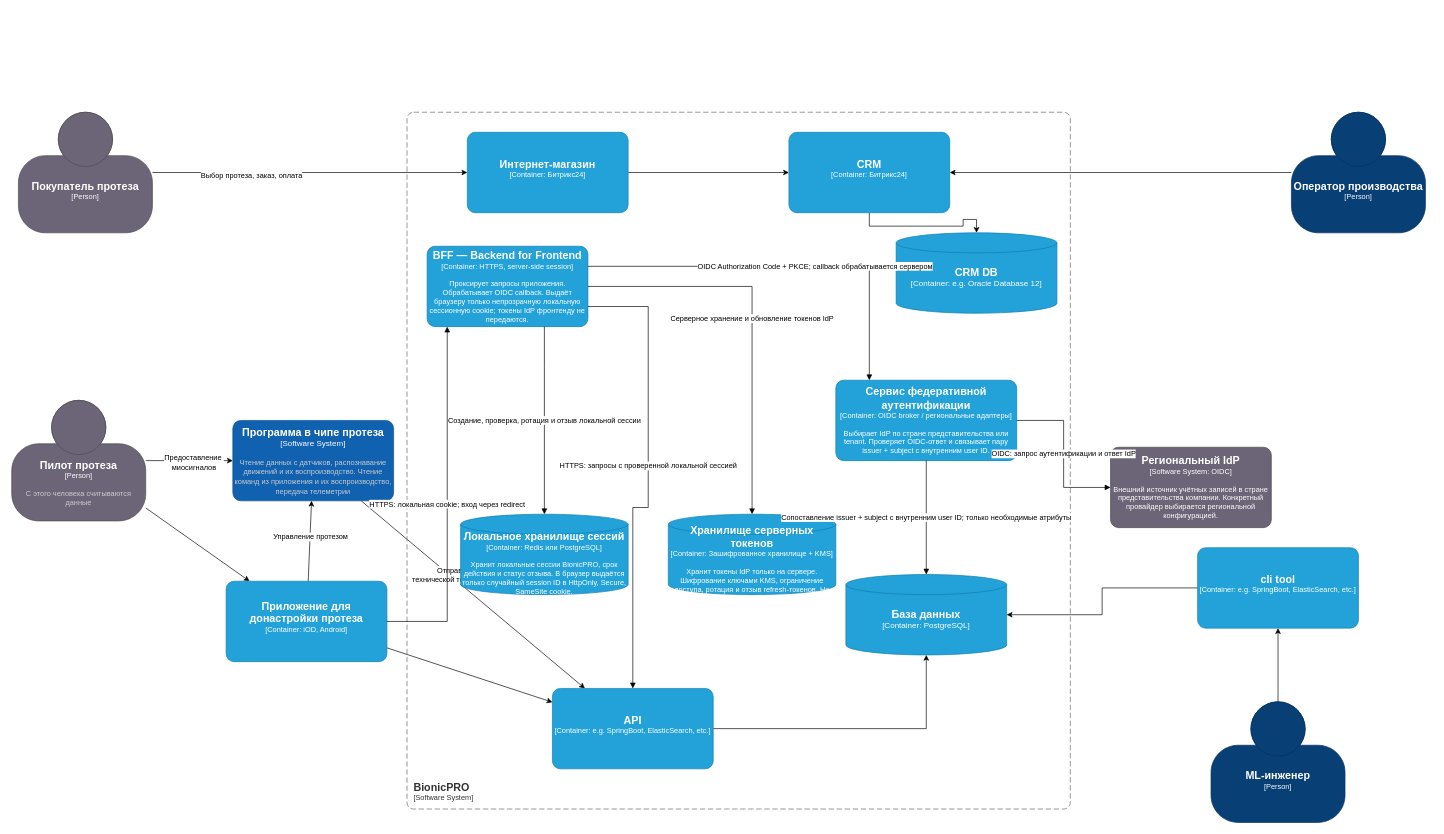
Earlier version of the draw.io diagram Task2/BionicPRO_C4_model_airflow.drawio.xml (Ivan-Artamonov/architecture-bionicpro). Source tidied: cells renumbered, new cells numbered last; positions are measured from the earlier drawing's top-left corner, leaving out a move shared by most shapes. Both pictures are drawn from the tidied source at 67%, with x=0, y=0 at pixel (11, 112).
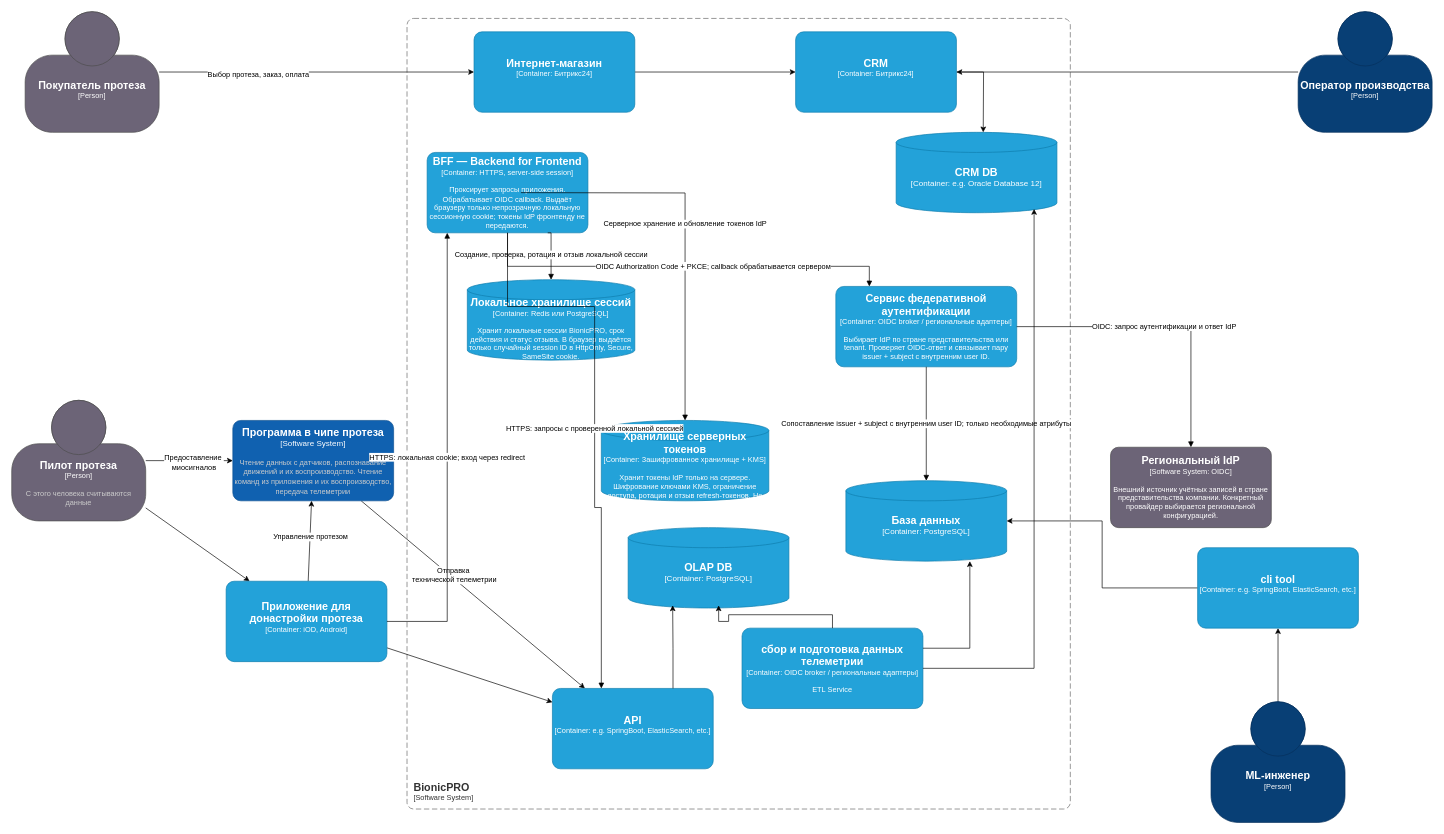
After the change.

The change refers to these unchanged cells:
```xml
<object id="10" label="&lt;font style=&quot;font-size: 16px&quot;&gt;&lt;b&gt;%c4Name%&lt;/b&gt;&lt;/font&gt;&lt;div&gt;[%c4Type%: %c4Technology%]&lt;/div&gt;&lt;br&gt;&lt;div&gt;&lt;font style=&quot;font-size: 11px&quot;&gt;%c4Description%&lt;/font&gt;&lt;/div&gt;" c4Description="Проксирует запросы приложения. Обрабатывает OIDC callback. Выдаёт браузеру только непрозрачную локальную сессионную cookie; токены IdP фронтенду не передаются." c4Name="BFF — Backend for Frontend" c4Technology="HTTPS, server-side session" c4Type="Container" placeholders="1">
  <mxCell style="rounded=1;whiteSpace=wrap;html=1;fontSize=11;fillColor=#23A2D9;fontColor=#ffffff;align=center;arcSize=10;strokeColor=#0E7DAD;" parent="9" vertex="1">
    <mxGeometry x="30" y="200" width="240" height="120" as="geometry" />
  </mxCell>
</object>
<object id="14" label="&lt;font style=&quot;font-size: 16px&quot;&gt;&lt;b&gt;%c4Name%&lt;/b&gt;&lt;/font&gt;&lt;div&gt;[%c4Type%:&amp;nbsp;%c4Technology%]&lt;/div&gt;&lt;br&gt;&lt;div&gt;&lt;font style=&quot;font-size: 11px&quot;&gt;&lt;font color=&quot;#E6E6E6&quot;&gt;%c4Description%&lt;/font&gt;&lt;/div&gt;" c4Description="" c4Name="База данных" c4Technology="PostgreSQL" c4Type="Container" placeholders="1">
  <mxCell style="shape=cylinder3;size=15;whiteSpace=wrap;html=1;boundedLbl=1;rounded=0;labelBackgroundColor=none;fillColor=#23A2D9;fontSize=12;fontColor=#ffffff;align=center;strokeColor=#0E7DAD;points=[[0.5,0,0],[1,0.25,0],[1,0.5,0],[1,0.75,0],[0.5,1,0],[0,0.75,0],[0,0.5,0],[0,0.25,0]];" parent="9" vertex="1">
    <mxGeometry x="655" y="690" width="240" height="120" as="geometry" />
  </mxCell>
</object>
<object id="18" label="&lt;font style=&quot;font-size: 16px&quot;&gt;&lt;b&gt;%c4Name%&lt;/b&gt;&lt;/font&gt;&lt;div&gt;[%c4Type%: %c4Technology%]&lt;/div&gt;&lt;br&gt;&lt;div&gt;&lt;font style=&quot;font-size: 11px&quot;&gt;&lt;font color=&quot;#E6E6E6&quot;&gt;%c4Description%&lt;/font&gt;&lt;/div&gt;" c4Description="" c4Name="API" c4Technology="e.g. SpringBoot, ElasticSearch, etc." c4Type="Container" placeholders="1">
  <mxCell style="rounded=1;whiteSpace=wrap;html=1;fontSize=11;labelBackgroundColor=none;fillColor=#23A2D9;fontColor=#ffffff;align=center;arcSize=10;strokeColor=#0E7DAD;points=[[0.25,0,0],[0.5,0,0],[0.75,0,0],[1,0.25,0],[1,0.5,0],[1,0.75,0],[0.75,1,0],[0.5,1,0],[0.25,1,0],[0,0.75,0],[0,0.5,0],[0,0.25,0]];" parent="1" vertex="1">
    <mxGeometry x="807" y="860" width="240" height="120" as="geometry" />
  </mxCell>
</object>
```

What changed in the source:
```diff
@@
     <object id="9" label="&lt;font style=&quot;font-size: 16px&quot;&gt;&lt;b&gt;&lt;div style=&quot;text-align: left&quot;&gt;%c4Name%&lt;/div&gt;&lt;/b&gt;&lt;/font&gt;&lt;div style=&quot;text-align: left&quot;&gt;[%c4Application%]&lt;/div&gt;" c4Application="Software System" c4Name="BionicPRO" placeholders="1">
       <mxCell style="rounded=1;fontSize=11;whiteSpace=wrap;html=1;dashed=1;arcSize=20;fillColor=none;strokeColor=#666666;fontColor=#333333;labelBackgroundColor=none;align=left;verticalAlign=bottom;labelBorderColor=none;spacingTop=0;spacing=10;dashPattern=8 4;perimeter=rectanglePerimeter;noLabel=0;labelPadding=0;absoluteArcSize=1;" parent="1" vertex="1">
-        <mxGeometry x="590" width="990" height="1040" as="geometry" />
+        <mxGeometry x="590" y="-140" width="990" height="1180" as="geometry" />
       </mxCell>
     </object>
@@
-    <object id="12" label="&lt;font style=&quot;font-size: 16px&quot;&gt;&lt;b&gt;%c4Name%&lt;/b&gt;&lt;/font&gt;&lt;div&gt;[%c4Type%: %c4Technology%]&lt;/div&gt;&lt;br&gt;&lt;div&gt;&lt;font style=&quot;font-size: 11px&quot;&gt;%c4Description%&lt;/font&gt;&lt;/div&gt;" c4Description="Хранит токены IdP только на сервере. Шифрование ключами KMS, ограничение доступа, ротация и отзыв refresh-токенов. Не доступно приложению." c4Name="Хранилище серверных токенов" c4Technology="Зашифрованное хранилище + KMS" c4Type="Container" placeholders="1">
-      <mxCell style="shape=cylinder3;size=15;whiteSpace=wrap;html=1;boundedLbl=1;fillColor=#23A2D9;fontSize=11;fontColor=#ffffff;align=center;strokeColor=#0E7DAD;" parent="9" vertex="1">
-        <mxGeometry x="390" y="600" width="250" height="120" as="geometry" />
-      </mxCell>
-    </object>
-    <object id="13" label="&lt;font style=&quot;font-size: 16px&quot;&gt;&lt;b&gt;%c4Name%&lt;/b&gt;&lt;/font&gt;&lt;div&gt;[%c4Type%: %c4Technology%]&lt;/div&gt;&lt;br&gt;&lt;div&gt;&lt;font style=&quot;font-size: 11px&quot;&gt;%c4Description%&lt;/font&gt;&lt;/div&gt;" c4Description="Хранит локальные сессии BionicPRO, срок действия и статус отзыва. В браузер выдаётся только случайный session ID в HttpOnly, Secure, SameSite cookie." c4Name="Локальное хранилище сессий" c4Technology="Redis или PostgreSQL" c4Type="Container" placeholders="1">
-      <mxCell style="shape=cylinder3;size=15;whiteSpace=wrap;html=1;boundedLbl=1;fillColor=#23A2D9;fontSize=11;fontColor=#ffffff;align=center;strokeColor=#0E7DAD;" parent="9" vertex="1">
-        <mxGeometry x="80" y="600" width="250" height="120" as="geometry" />
-      </mxCell>
-    </object>
@@
     <object id="16" label="&lt;font style=&quot;font-size: 16px&quot;&gt;&lt;b&gt;%c4Name%&lt;/b&gt;&lt;/font&gt;&lt;div&gt;[%c4Type%:&amp;nbsp;%c4Technology%]&lt;/div&gt;&lt;br&gt;&lt;div&gt;&lt;font style=&quot;font-size: 11px&quot;&gt;&lt;font color=&quot;#E6E6E6&quot;&gt;%c4Description%&lt;/font&gt;&lt;/div&gt;" c4Description="" c4Name="CRM DB" c4Technology="e.g. Oracle Database 12" c4Type="Container" placeholders="1">
       <mxCell style="shape=cylinder3;size=15;whiteSpace=wrap;html=1;boundedLbl=1;rounded=0;labelBackgroundColor=none;fillColor=#23A2D9;fontSize=12;fontColor=#ffffff;align=center;strokeColor=#0E7DAD;points=[[0.5,0,0],[1,0.25,0],[1,0.5,0],[1,0.75,0],[0.5,1,0],[0,0.75,0],[0,0.5,0],[0,0.25,0]];" parent="9" vertex="1">
-        <mxGeometry x="730" y="180" width="240" height="120" as="geometry" />
+        <mxGeometry x="730" y="170" width="240" height="120" as="geometry" />
       </mxCell>
     </object>
-    <mxCell id="17" style="edgeStyle=orthogonalEdgeStyle;rounded=0;jettySize=auto;html=1;" parent="1" edge="1" source="18" target="14">
-      <mxGeometry relative="1" as="geometry" />
-    </mxCell>
+    <object id="13" label="&lt;font style=&quot;font-size: 16px&quot;&gt;&lt;b&gt;%c4Name%&lt;/b&gt;&lt;/font&gt;&lt;div&gt;[%c4Type%: %c4Technology%]&lt;/div&gt;&lt;br&gt;&lt;div&gt;&lt;font style=&quot;font-size: 11px&quot;&gt;%c4Description%&lt;/font&gt;&lt;/div&gt;" c4Description="Хранит локальные сессии BionicPRO, срок действия и статус отзыва. В браузер выдаётся только случайный session ID в HttpOnly, Secure, SameSite cookie." c4Name="Локальное хранилище сессий" c4Technology="Redis или PostgreSQL" c4Type="Container" placeholders="1">
+      <mxCell style="shape=cylinder3;size=15;whiteSpace=wrap;html=1;boundedLbl=1;fillColor=#23A2D9;fontSize=11;fontColor=#ffffff;align=center;strokeColor=#0E7DAD;" parent="9" vertex="1">
+        <mxGeometry x="90" y="390" width="250" height="120" as="geometry" />
+      </mxCell>
+    </object>
+    <mxCell id="42" value="Создание, проверка, ротация и отзыв локальной сессии" style="edgeStyle=orthogonalEdgeStyle;rounded=0;jettySize=auto;html=1;endArrow=block;endFill=1;exitX=0.75;exitY=1;exitDx=0;exitDy=0;" parent="9" edge="1" source="10" target="13">
+      <mxGeometry relative="1" as="geometry">
+        <Array as="points">
+          <mxPoint x="215" y="320" />
+        </Array>
+      </mxGeometry>
+    </mxCell>
+    <object id="12" label="&lt;font style=&quot;font-size: 16px&quot;&gt;&lt;b&gt;%c4Name%&lt;/b&gt;&lt;/font&gt;&lt;div&gt;[%c4Type%: %c4Technology%]&lt;/div&gt;&lt;br&gt;&lt;div&gt;&lt;font style=&quot;font-size: 11px&quot;&gt;%c4Description%&lt;/font&gt;&lt;/div&gt;" c4Description="Хранит токены IdP только на сервере. Шифрование ключами KMS, ограничение доступа, ротация и отзыв refresh-токенов. Не доступно приложению." c4Name="Хранилище серверных токенов" c4Technology="Зашифрованное хранилище + KMS" c4Type="Container" placeholders="1">
+      <mxCell style="shape=cylinder3;size=15;whiteSpace=wrap;html=1;boundedLbl=1;fillColor=#23A2D9;fontSize=11;fontColor=#ffffff;align=center;strokeColor=#0E7DAD;" parent="9" vertex="1">
+        <mxGeometry x="290" y="600" width="250" height="120" as="geometry" />
+      </mxCell>
+    </object>
+    <mxCell id="41" value="Серверное хранение и обновление токенов IdP" style="edgeStyle=orthogonalEdgeStyle;rounded=0;jettySize=auto;html=1;endArrow=block;endFill=1;" parent="9" edge="1" target="12">
+      <mxGeometry relative="1" as="geometry">
+        <mxPoint x="170" y="260" as="sourcePoint" />
+      </mxGeometry>
+    </mxCell>
+    <object id="43" label="&lt;font style=&quot;font-size: 16px&quot;&gt;&lt;b&gt;%c4Name%&lt;/b&gt;&lt;/font&gt;&lt;div&gt;[%c4Type%:&amp;nbsp;%c4Technology%]&lt;/div&gt;&lt;br&gt;&lt;div&gt;&lt;font style=&quot;font-size: 11px&quot;&gt;&lt;font color=&quot;#E6E6E6&quot;&gt;%c4Description%&lt;/font&gt;&lt;/div&gt;" c4Description="" c4Name="OLAP DB" c4Technology="PostgreSQL" c4Type="Container" placeholders="1">
+      <mxCell style="shape=cylinder3;size=15;whiteSpace=wrap;html=1;boundedLbl=1;rounded=0;labelBackgroundColor=none;fillColor=#23A2D9;fontSize=12;fontColor=#ffffff;align=center;strokeColor=#0E7DAD;points=[[0.5,0,0],[1,0.25,0],[1,0.5,0],[1,0.75,0],[0.5,1,0],[0,0.75,0],[0,0.5,0],[0,0.25,0]];" parent="9" vertex="1">
+        <mxGeometry x="330" y="760" width="240" height="120" as="geometry" />
+      </mxCell>
+    </object>
+    <object id="44" label="&lt;font style=&quot;font-size: 16px&quot;&gt;&lt;b&gt;%c4Name%&lt;/b&gt;&lt;/font&gt;&lt;div&gt;[%c4Type%: %c4Technology%]&lt;/div&gt;&lt;br&gt;&lt;div&gt;&lt;font style=&quot;font-size: 11px&quot;&gt;%c4Description%&lt;/font&gt;&lt;/div&gt;" c4Description="ETL Service" c4Name="сбор и подготовка данных телеметрии" c4Technology="OIDC broker / региональные адаптеры" c4Type="Container" placeholders="1">
+      <mxCell style="rounded=1;whiteSpace=wrap;html=1;fontSize=11;fillColor=#23A2D9;fontColor=#ffffff;align=center;arcSize=10;strokeColor=#0E7DAD;" parent="9" vertex="1">
+        <mxGeometry x="500" y="910" width="270" height="120" as="geometry" />
+      </mxCell>
+    </object>
+    <mxCell id="45" style="edgeStyle=orthogonalEdgeStyle;rounded=0;jettySize=auto;html=1;entryX=0.563;entryY=0.967;entryDx=0;entryDy=0;entryPerimeter=0;defaultLabelBackgroundColor=gap;" parent="9" edge="1" source="44" target="43">
+      <mxGeometry relative="1" as="geometry" />
+    </mxCell>
+    <mxCell id="46" style="edgeStyle=orthogonalEdgeStyle;rounded=0;jettySize=auto;html=1;exitX=1;exitY=0.5;exitDx=0;exitDy=0;entryX=0.858;entryY=0.953;entryDx=0;entryDy=0;entryPerimeter=0;defaultLabelBackgroundColor=gap;" parent="9" edge="1" source="44" target="16">
+      <mxGeometry relative="1" as="geometry" />
+    </mxCell>
+    <mxCell id="47" style="edgeStyle=orthogonalEdgeStyle;rounded=0;jettySize=auto;html=1;exitX=1;exitY=0.25;exitDx=0;exitDy=0;entryX=0.771;entryY=1;entryDx=0;entryDy=0;entryPerimeter=0;defaultLabelBackgroundColor=gap;" parent="9" edge="1" source="44" target="14">
+      <mxGeometry relative="1" as="geometry" />
+    </mxCell>
@@
-    <mxCell id="27" style="edgeStyle=orthogonalEdgeStyle;rounded=0;jettySize=auto;html=1;" parent="1" edge="1" source="28" target="16">
-      <mxGeometry relative="1" as="geometry" />
+    <mxCell id="27" style="edgeStyle=orthogonalEdgeStyle;rounded=0;jettySize=auto;html=1;" parent="1" edge="1" source="28">
+      <mxGeometry relative="1" as="geometry">
+        <mxPoint x="1450" y="30" as="targetPoint" />
+      </mxGeometry>
     </mxCell>
     <object id="28" label="&lt;font style=&quot;font-size: 16px&quot;&gt;&lt;b&gt;%c4Name%&lt;/b&gt;&lt;/font&gt;&lt;div&gt;[%c4Type%: %c4Technology%]&lt;/div&gt;&lt;br&gt;&lt;div&gt;&lt;font style=&quot;font-size: 11px&quot;&gt;&lt;font color=&quot;#E6E6E6&quot;&gt;%c4Description%&lt;/font&gt;&lt;/div&gt;" c4Description="" c4Name="CRM" c4Technology="Битрикс24" c4Type="Container" placeholders="1">
       <mxCell style="rounded=1;whiteSpace=wrap;html=1;fontSize=11;labelBackgroundColor=none;fillColor=#23A2D9;fontColor=#ffffff;align=center;arcSize=10;strokeColor=#0E7DAD;points=[[0.25,0,0],[0.5,0,0],[0.75,0,0],[1,0.25,0],[1,0.5,0],[1,0.75,0],[0.75,1,0],[0.5,1,0],[0.25,1,0],[0,0.75,0],[0,0.5,0],[0,0.25,0]];" parent="1" vertex="1">
-        <mxGeometry x="1160" y="30" width="240" height="120" as="geometry" />
+        <mxGeometry x="1170" y="-120" width="240" height="120" as="geometry" />
       </mxCell>
     </object>
@@
     <object id="30" label="&lt;font style=&quot;font-size: 16px&quot;&gt;&lt;b&gt;%c4Name%&lt;/b&gt;&lt;/font&gt;&lt;div&gt;[%c4Type%: %c4Technology%]&lt;/div&gt;&lt;br&gt;&lt;div&gt;&lt;font style=&quot;font-size: 11px&quot;&gt;&lt;font color=&quot;#E6E6E6&quot;&gt;%c4Description%&lt;/font&gt;&lt;/div&gt;" c4Description="" c4Name="Интернет-магазин" c4Technology="Битрикс24" c4Type="Container" placeholders="1">
       <mxCell style="rounded=1;whiteSpace=wrap;html=1;fontSize=11;labelBackgroundColor=none;fillColor=#23A2D9;fontColor=#ffffff;align=center;arcSize=10;strokeColor=#0E7DAD;points=[[0.25,0,0],[0.5,0,0],[0.75,0,0],[1,0.25,0],[1,0.5,0],[1,0.75,0],[0.75,1,0],[0.5,1,0],[0.25,1,0],[0,0.75,0],[0,0.5,0],[0,0.25,0]];" parent="1" vertex="1">
-        <mxGeometry x="680" y="30" width="240" height="120" as="geometry" />
+        <mxGeometry x="690" y="-120" width="240" height="120" as="geometry" />
       </mxCell>
     </object>
@@
     <object id="33" label="&lt;font style=&quot;font-size: 16px&quot;&gt;&lt;b&gt;%c4Name%&lt;/b&gt;&lt;/font&gt;&lt;div&gt;[%c4Type%]&lt;/div&gt;&lt;br&gt;&lt;div&gt;&lt;font style=&quot;font-size: 11px&quot;&gt;&lt;font color=&quot;#cccccc&quot;&gt;%c4Description%&lt;/font&gt;&lt;/div&gt;" c4Description="" c4Name="Покупатель протеза" c4Type="Person" placeholders="1">
       <mxCell style="html=1;fontSize=11;dashed=0;whiteSpace=wrap;fillColor=#6C6477;strokeColor=#4D4D4D;fontColor=#ffffff;shape=mxgraph.c4.person2;align=center;points=[[0.5,0,0],[1,0.5,0],[1,0.75,0],[0.75,1,0],[0.5,1,0],[0.25,1,0],[0,0.75,0],[0,0.5,0]];" parent="1" vertex="1">
-        <mxGeometry x="10" width="200" height="180" as="geometry" />
+        <mxGeometry x="20" y="-150" width="200" height="180" as="geometry" />
       </mxCell>
     </object>
@@
     <object id="35" label="&lt;font style=&quot;font-size: 16px&quot;&gt;&lt;b&gt;%c4Name%&lt;/b&gt;&lt;/font&gt;&lt;div&gt;[%c4Type%]&lt;/div&gt;&lt;br&gt;&lt;div&gt;&lt;font style=&quot;font-size: 11px&quot;&gt;&lt;font color=&quot;#cccccc&quot;&gt;%c4Description%&lt;/font&gt;&lt;/div&gt;" c4Description="" c4Name="Оператор производства" c4Type="Person" placeholders="1">
       <mxCell style="html=1;fontSize=11;dashed=0;whiteSpace=wrap;fillColor=#083F75;strokeColor=#06315C;fontColor=#ffffff;shape=mxgraph.c4.person2;align=center;points=[[0.5,0,0],[1,0.5,0],[1,0.75,0],[0.75,1,0],[0.5,1,0],[0.25,1,0],[0,0.75,0],[0,0.5,0]];" parent="1" vertex="1">
-        <mxGeometry x="1910" width="200" height="180" as="geometry" />
+        <mxGeometry x="1920" y="-150" width="200" height="180" as="geometry" />
       </mxCell>
     </object>
@@
     <mxCell id="38" value="HTTPS: запросы с проверенной локальной сессией" style="edgeStyle=orthogonalEdgeStyle;rounded=0;jettySize=auto;html=1;endArrow=block;endFill=1;" parent="1" edge="1" source="10" target="18">
-      <mxGeometry x="-0.04" relative="1" as="geometry">
+      <mxGeometry x="0.03" relative="1" as="geometry">
         <Array as="points">
-          <mxPoint x="950" y="290" />
-          <mxPoint x="950" y="590" />
-          <mxPoint x="927" y="590" />
+          <mxPoint x="870" y="290" />
+          <mxPoint x="870" y="590" />
+          <mxPoint x="880" y="590" />
         </Array>
       </mxGeometry>
     </mxCell>
@@
-    <mxCell id="41" value="Серверное хранение и обновление токенов IdP" style="edgeStyle=orthogonalEdgeStyle;rounded=0;jettySize=auto;html=1;endArrow=block;endFill=1;" parent="1" edge="1" source="10" target="12">
-      <mxGeometry relative="1" as="geometry" />
-    </mxCell>
-    <mxCell id="42" value="Создание, проверка, ротация и отзыв локальной сессии" style="edgeStyle=orthogonalEdgeStyle;rounded=0;jettySize=auto;html=1;endArrow=block;endFill=1;" parent="1" edge="1" source="10" target="13">
-      <mxGeometry relative="1" as="geometry">
-        <Array as="points">
-          <mxPoint x="795" y="380" />
-          <mxPoint x="795" y="380" />
-        </Array>
-      </mxGeometry>
-    </mxCell>
+    <mxCell id="48" style="edgeStyle=orthogonalEdgeStyle;rounded=0;jettySize=auto;html=1;exitX=0.75;exitY=0;exitDx=0;exitDy=0;exitPerimeter=0;entryX=0.277;entryY=0.967;entryDx=0;entryDy=0;entryPerimeter=0;defaultLabelBackgroundColor=gap;" parent="1" edge="1" source="18" target="43">
+      <mxGeometry relative="1" as="geometry" />
+    </mxCell>
```
